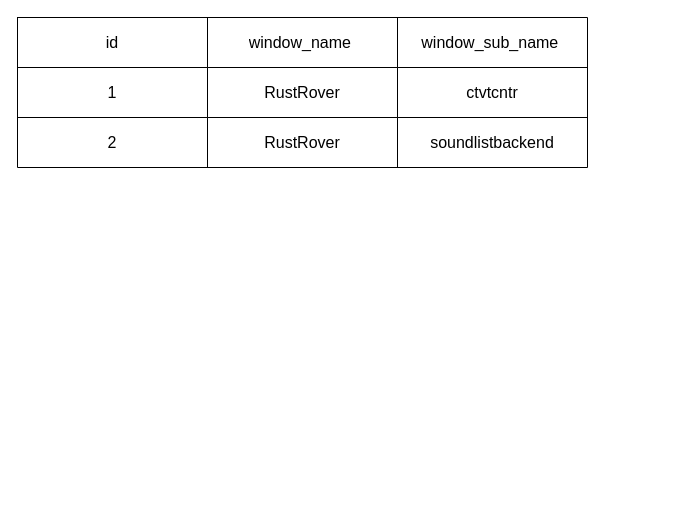
Earlier version of the draw.io diagram db_logic.drawio (zedddie16/ctvtcntr). Source tidied: cells renumbered, new cells numbered last; positions are measured from the earlier drawing's top-left corner, leaving out a move shared by most shapes. Both pictures are drawn from the tidied source at 100%, with x=0, y=0 at pixel (17, 17).
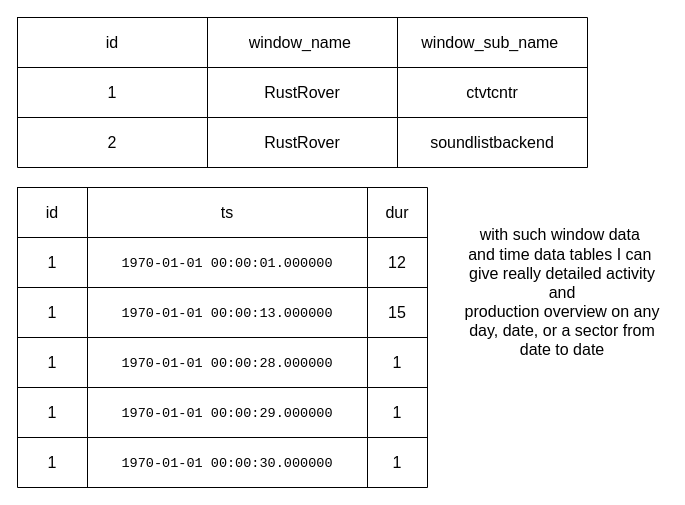
Above is the later version.

Commit message:
feat: add time_data scheme example and explanation

What changed in the source:
```diff
@@
+    <mxCell id="15" style="shape=table;startSize=0;childLayout=tableLayout;fontSize=16;" parent="1" vertex="1">
+      <mxGeometry y="170" width="410" height="300" as="geometry" />
+    </mxCell>
+    <mxCell id="16" style="shape=tableRow;horizontal=0;startSize=0;swimlaneHead=0;swimlaneBody=0;strokeColor=inherit;top=0;left=0;bottom=0;right=0;fillColor=none;fontSize=16;" parent="15" vertex="1">
+      <mxGeometry width="410" height="50" as="geometry" />
+    </mxCell>
+    <mxCell id="17" value="id" style="shape=partialRectangle;html=1;whiteSpace=wrap;strokeColor=inherit;overflow=hidden;fillColor=none;top=0;left=0;bottom=0;right=0;fontSize=16;" parent="16" vertex="1">
+      <mxGeometry width="70" height="50" as="geometry" />
+    </mxCell>
+    <mxCell id="18" value="ts" style="shape=partialRectangle;html=1;whiteSpace=wrap;strokeColor=inherit;overflow=hidden;fillColor=none;top=0;left=0;bottom=0;right=0;fontSize=16;" parent="16" vertex="1">
+      <mxGeometry x="70" width="280" height="50" as="geometry" />
+    </mxCell>
+    <mxCell id="19" value="dur" style="shape=partialRectangle;html=1;whiteSpace=wrap;strokeColor=inherit;overflow=hidden;fillColor=none;top=0;left=0;bottom=0;right=0;fontSize=16;" parent="16" vertex="1">
+      <mxGeometry x="350" width="60" height="50" as="geometry" />
+    </mxCell>
+    <mxCell id="20" style="shape=tableRow;horizontal=0;startSize=0;swimlaneHead=0;swimlaneBody=0;strokeColor=inherit;top=0;left=0;bottom=0;right=0;fillColor=none;fontSize=16;" parent="15" vertex="1">
+      <mxGeometry y="50" width="410" height="50" as="geometry" />
+    </mxCell>
+    <mxCell id="21" value="1" style="shape=partialRectangle;html=1;whiteSpace=wrap;strokeColor=inherit;overflow=hidden;fillColor=none;top=0;left=0;bottom=0;right=0;fontSize=16;" parent="20" vertex="1">
+      <mxGeometry width="70" height="50" as="geometry" />
+    </mxCell>
+    <mxCell id="22" value="&lt;span style=&quot;color: rgb(0, 0, 0); font-family: &amp;quot;Courier New&amp;quot;, Courier, fixed, monospace; font-size: 13.5432px; text-align: start; background-color: rgb(255, 255, 255);&quot;&gt;1970-01-01 00:00:01.000000&lt;/span&gt;" style="shape=partialRectangle;html=1;whiteSpace=wrap;strokeColor=inherit;overflow=hidden;fillColor=none;top=0;left=0;bottom=0;right=0;fontSize=16;" parent="20" vertex="1">
+      <mxGeometry x="70" width="280" height="50" as="geometry" />
+    </mxCell>
+    <mxCell id="23" value="12" style="shape=partialRectangle;html=1;whiteSpace=wrap;strokeColor=inherit;overflow=hidden;fillColor=none;top=0;left=0;bottom=0;right=0;fontSize=16;" parent="20" vertex="1">
+      <mxGeometry x="350" width="60" height="50" as="geometry" />
+    </mxCell>
+    <mxCell id="24" style="shape=tableRow;horizontal=0;startSize=0;swimlaneHead=0;swimlaneBody=0;strokeColor=inherit;top=0;left=0;bottom=0;right=0;fillColor=none;fontSize=16;" parent="15" vertex="1">
+      <mxGeometry y="100" width="410" height="50" as="geometry" />
+    </mxCell>
+    <mxCell id="25" value="1" style="shape=partialRectangle;html=1;whiteSpace=wrap;strokeColor=inherit;overflow=hidden;fillColor=none;top=0;left=0;bottom=0;right=0;fontSize=16;" parent="24" vertex="1">
+      <mxGeometry width="70" height="50" as="geometry" />
+    </mxCell>
+    <mxCell id="26" value="&lt;span style=&quot;color: rgb(0, 0, 0); font-family: &amp;quot;Courier New&amp;quot;, Courier, fixed, monospace; font-size: 13.5432px; text-align: start; background-color: rgb(255, 255, 255);&quot;&gt;1970-01-01 00:00:13.000000&lt;/span&gt;" style="shape=partialRectangle;html=1;whiteSpace=wrap;strokeColor=inherit;overflow=hidden;fillColor=none;top=0;left=0;bottom=0;right=0;fontSize=16;" parent="24" vertex="1">
+      <mxGeometry x="70" width="280" height="50" as="geometry" />
+    </mxCell>
+    <mxCell id="27" value="15" style="shape=partialRectangle;html=1;whiteSpace=wrap;strokeColor=inherit;overflow=hidden;fillColor=none;top=0;left=0;bottom=0;right=0;fontSize=16;" parent="24" vertex="1">
+      <mxGeometry x="350" width="60" height="50" as="geometry" />
+    </mxCell>
+    <mxCell id="28" style="shape=tableRow;horizontal=0;startSize=0;swimlaneHead=0;swimlaneBody=0;strokeColor=inherit;top=0;left=0;bottom=0;right=0;fillColor=none;fontSize=16;" parent="15" vertex="1">
+      <mxGeometry y="150" width="410" height="50" as="geometry" />
+    </mxCell>
+    <mxCell id="29" value="1" style="shape=partialRectangle;html=1;whiteSpace=wrap;strokeColor=inherit;overflow=hidden;fillColor=none;top=0;left=0;bottom=0;right=0;fontSize=16;" parent="28" vertex="1">
+      <mxGeometry width="70" height="50" as="geometry" />
+    </mxCell>
+    <mxCell id="30" value="&lt;span style=&quot;color: rgb(0, 0, 0); font-family: &amp;quot;Courier New&amp;quot;, Courier, fixed, monospace; font-size: 13.5432px; text-align: start; background-color: rgb(255, 255, 255);&quot;&gt;1970-01-01 00:00:28.000000&lt;/span&gt;" style="shape=partialRectangle;html=1;whiteSpace=wrap;strokeColor=inherit;overflow=hidden;fillColor=none;top=0;left=0;bottom=0;right=0;fontSize=16;" parent="28" vertex="1">
+      <mxGeometry x="70" width="280" height="50" as="geometry" />
+    </mxCell>
+    <mxCell id="31" value="1" style="shape=partialRectangle;html=1;whiteSpace=wrap;strokeColor=inherit;overflow=hidden;fillColor=none;top=0;left=0;bottom=0;right=0;fontSize=16;" parent="28" vertex="1">
+      <mxGeometry x="350" width="60" height="50" as="geometry" />
+    </mxCell>
+    <mxCell id="32" style="shape=tableRow;horizontal=0;startSize=0;swimlaneHead=0;swimlaneBody=0;strokeColor=inherit;top=0;left=0;bottom=0;right=0;fillColor=none;fontSize=16;" parent="15" vertex="1">
+      <mxGeometry y="200" width="410" height="50" as="geometry" />
+    </mxCell>
+    <mxCell id="33" value="1" style="shape=partialRectangle;html=1;whiteSpace=wrap;strokeColor=inherit;overflow=hidden;fillColor=none;top=0;left=0;bottom=0;right=0;fontSize=16;" parent="32" vertex="1">
+      <mxGeometry width="70" height="50" as="geometry" />
+    </mxCell>
+    <mxCell id="34" value="&lt;span style=&quot;color: rgb(0, 0, 0); font-family: &amp;quot;Courier New&amp;quot;, Courier, fixed, monospace; font-size: 13.5432px; text-align: start; background-color: rgb(255, 255, 255);&quot;&gt;1970-01-01 00:00:29.000000&lt;/span&gt;" style="shape=partialRectangle;html=1;whiteSpace=wrap;strokeColor=inherit;overflow=hidden;fillColor=none;top=0;left=0;bottom=0;right=0;fontSize=16;" parent="32" vertex="1">
+      <mxGeometry x="70" width="280" height="50" as="geometry" />
+    </mxCell>
+    <mxCell id="35" value="1" style="shape=partialRectangle;html=1;whiteSpace=wrap;strokeColor=inherit;overflow=hidden;fillColor=none;top=0;left=0;bottom=0;right=0;fontSize=16;" parent="32" vertex="1">
+      <mxGeometry x="350" width="60" height="50" as="geometry" />
+    </mxCell>
+    <mxCell id="36" style="shape=tableRow;horizontal=0;startSize=0;swimlaneHead=0;swimlaneBody=0;strokeColor=inherit;top=0;left=0;bottom=0;right=0;fillColor=none;fontSize=16;" parent="15" vertex="1">
+      <mxGeometry y="250" width="410" height="50" as="geometry" />
+    </mxCell>
+    <mxCell id="37" value="1" style="shape=partialRectangle;html=1;whiteSpace=wrap;strokeColor=inherit;overflow=hidden;fillColor=none;top=0;left=0;bottom=0;right=0;fontSize=16;" parent="36" vertex="1">
+      <mxGeometry width="70" height="50" as="geometry" />
+    </mxCell>
+    <mxCell id="38" value="&lt;span style=&quot;color: rgb(0, 0, 0); font-family: &amp;quot;Courier New&amp;quot;, Courier, fixed, monospace; font-size: 13.5432px; text-align: start; background-color: rgb(255, 255, 255);&quot;&gt;1970-01-01 00:00:30.000000&lt;/span&gt;" style="shape=partialRectangle;html=1;whiteSpace=wrap;strokeColor=inherit;overflow=hidden;fillColor=none;top=0;left=0;bottom=0;right=0;fontSize=16;" parent="36" vertex="1">
+      <mxGeometry x="70" width="280" height="50" as="geometry" />
+    </mxCell>
+    <mxCell id="39" value="1" style="shape=partialRectangle;html=1;whiteSpace=wrap;strokeColor=inherit;overflow=hidden;fillColor=none;top=0;left=0;bottom=0;right=0;fontSize=16;" parent="36" vertex="1">
+      <mxGeometry x="350" width="60" height="50" as="geometry" />
+    </mxCell>
+    <mxCell id="40" value="with such window data&amp;nbsp;&lt;div&gt;and time data tables I can&amp;nbsp;&lt;/div&gt;&lt;div&gt;give really detailed activity and&lt;/div&gt;&lt;div&gt;production overview on any day, date, or a sector from date to date&lt;/div&gt;" style="text;strokeColor=none;fillColor=none;html=1;align=center;verticalAlign=middle;whiteSpace=wrap;rounded=0;fontSize=16;" parent="1" vertex="1">
+      <mxGeometry x="440" y="170" width="210" height="210" as="geometry" />
+    </mxCell>
```
